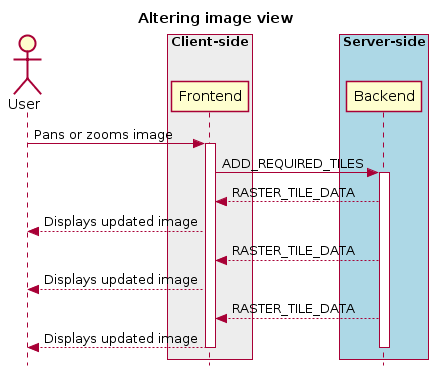
Earlier version of the PlantUML export docs/images/image6.png (CARTAvis/carta-protobuf).
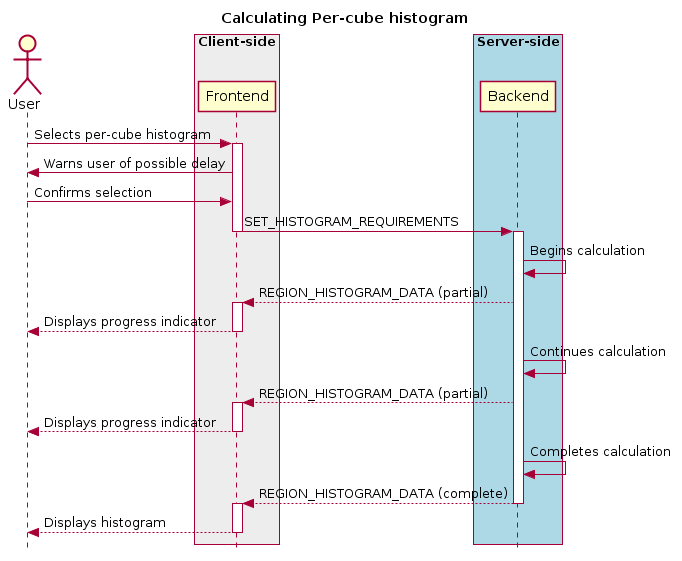
The same diagram one commit later.

The edit, as a diff of the source:
```diff
@@ -1,8 +1,7 @@
 @startuml
 skinparam style strictuml
 hide footbox
-title Altering image view
-
+title Calculating Per-cube histogram
 actor User
 box "Client-side" #EDEDED
         participant Frontend
@@ -11,16 +10,30 @@
 box "Server-side" #lightblue
 	participant Backend
 end box
-User -> Frontend: Pans or zooms image
+User -> Frontend: Selects per-cube histogram
 activate Frontend
-Frontend -> Backend : ADD_REQUIRED_TILES
+Frontend -> User: Warns user of possible delay
+User -> Frontend: Confirms selection
+Frontend -> Backend : SET_HISTOGRAM_REQUIREMENTS
+deactivate Frontend
+
 activate Backend
-Frontend <-- Backend : RASTER_TILE_DATA
-User <-- Frontend: Displays updated image
-Frontend <-- Backend : RASTER_TILE_DATA
-User <-- Frontend: Displays updated image
-Frontend <-- Backend : RASTER_TILE_DATA
-User <-- Frontend: Displays updated image
+Backend -> Backend: Begins calculation
+Frontend <-- Backend: REGION_HISTOGRAM_DATA (partial)
+activate Frontend
+User <-- Frontend: Displays progress indicator
+deactivate Frontend
+
+Backend -> Backend: Continues calculation
+Frontend <-- Backend: REGION_HISTOGRAM_DATA (partial)
+activate Frontend
+User <-- Frontend: Displays progress indicator
+deactivate Frontend
+
+Backend -> Backend: Completes calculation
+Frontend <-- Backend: REGION_HISTOGRAM_DATA (complete)
 deactivate Backend
+activate Frontend
+User <-- Frontend: Displays histogram
 deactivate Frontend
 @enduml
```
